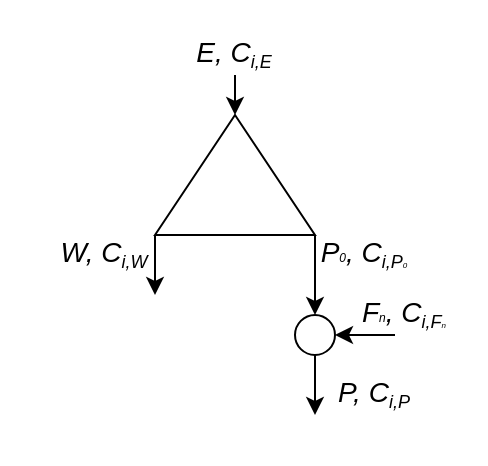
GusevVlad/Russian-Phd-LaTeX-Dissertation-Template keeps this draw.io diagram as cascades/drawio/ord1.drawio. Above is the earlier version. Source tidied: cells renumbered, new cells numbered last; positions are measured from the earlier drawing's top-left corner, leaving out a move shared by most shapes. Both pictures are drawn from the tidied source at 200%, with x=0, y=0 at pixel (54, 34).
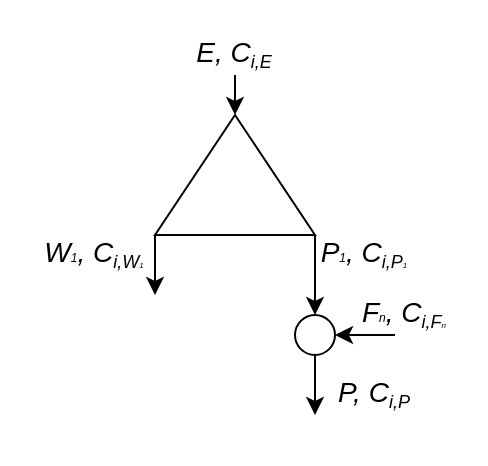
The same diagram, later.

What changed in the source:
```diff
@@
 <mxGraphModel>
   <root>
     <mxCell id="0" />
     <mxCell id="1" parent="0" />
     <mxCell id="2" style="endArrow=classic;html=1;" parent="1" edge="1">
       <mxGeometry relative="1" as="geometry">
         <mxPoint x="90" y="20" as="sourcePoint" />
         <mxPoint x="90" y="40" as="targetPoint" />
       </mxGeometry>
     </mxCell>
     <mxCell id="3" style="endArrow=classic;html=1;" parent="1" edge="1">
       <mxGeometry relative="1" as="geometry">
         <mxPoint x="50" y="100" as="sourcePoint" />
         <mxPoint x="50" y="130" as="targetPoint" />
       </mxGeometry>
     </mxCell>
     <mxCell id="4" style="triangle;whiteSpace=wrap;html=1;rotation=-90;" parent="1" vertex="1">
       <mxGeometry x="60" y="30" width="60" height="80" as="geometry" />
     </mxCell>
     <mxCell id="5" style="endArrow=classic;html=1;entryX=0.5;entryY=0;entryDx=0;entryDy=0;" parent="1" edge="1" target="8">
       <mxGeometry relative="1" as="geometry">
         <mxPoint x="130" y="100" as="sourcePoint" />
       </mxGeometry>
     </mxCell>
     <mxCell id="6" value="&lt;font&gt;&lt;i&gt;&lt;span style=&quot;font-size: 14px&quot;&gt;E, C&lt;/span&gt;&lt;sub&gt;&lt;font style=&quot;font-size: 9px&quot;&gt;i,E&lt;/font&gt;&lt;/sub&gt;&lt;/i&gt;&lt;/font&gt;" style="text;html=1;strokeColor=none;fillColor=none;align=center;verticalAlign=middle;whiteSpace=wrap;rounded=0;" parent="1" vertex="1">
       <mxGeometry x="65" width="50" height="20" as="geometry" />
     </mxCell>
     <mxCell id="7" style="text;html=1;strokeColor=none;fillColor=none;align=center;verticalAlign=middle;whiteSpace=wrap;rounded=0;" parent="1" vertex="1">
       <mxGeometry x="10" y="110" width="40" height="20" as="geometry" />
     </mxCell>
     <mxCell id="8" style="ellipse;whiteSpace=wrap;html=1;" parent="1" vertex="1">
       <mxGeometry x="120" y="140" width="20" height="20" as="geometry" />
     </mxCell>
     <mxCell id="9" style="endArrow=classic;html=1;entryX=1;entryY=0.5;entryDx=0;entryDy=0;" parent="1" edge="1" target="8">
       <mxGeometry relative="1" as="geometry">
         <mxPoint x="170" y="150" as="sourcePoint" />
       </mxGeometry>
     </mxCell>
     <mxCell id="10" style="endArrow=classic;html=1;entryX=0;entryY=1;entryDx=0;entryDy=0;" parent="1" edge="1">
       <mxGeometry relative="1" as="geometry">
         <mxPoint x="130" y="160" as="sourcePoint" />
         <mxPoint x="130" y="190" as="targetPoint" />
       </mxGeometry>
     </mxCell>
-    <mxCell id="11" value="&lt;i&gt;&lt;span style=&quot;font-size: 14px&quot;&gt;P&lt;/span&gt;&lt;font style=&quot;font-size: 6px&quot;&gt;0&lt;/font&gt;&lt;span style=&quot;font-size: 14px&quot;&gt;, C&lt;/span&gt;&lt;sub&gt;&lt;font style=&quot;font-size: 9px&quot;&gt;i,P&lt;/font&gt;&lt;font size=&quot;1&quot;&gt;&lt;span style=&quot;font-size: 4px&quot;&gt;0&lt;/span&gt;&lt;/font&gt;&lt;/sub&gt;&lt;/i&gt;" style="text;html=1;strokeColor=none;fillColor=none;align=center;verticalAlign=middle;whiteSpace=wrap;rounded=0;" parent="1" vertex="1">
+    <mxCell id="11" value="&lt;i&gt;&lt;span style=&quot;font-size: 14px&quot;&gt;P&lt;/span&gt;&lt;font style=&quot;font-size: 6px&quot;&gt;1&lt;/font&gt;&lt;span style=&quot;font-size: 14px&quot;&gt;, C&lt;/span&gt;&lt;sub&gt;&lt;font style=&quot;font-size: 9px&quot;&gt;i,P&lt;/font&gt;&lt;font size=&quot;1&quot;&gt;&lt;span style=&quot;font-size: 4px&quot;&gt;1&lt;/span&gt;&lt;/font&gt;&lt;/sub&gt;&lt;/i&gt;" style="text;html=1;strokeColor=none;fillColor=none;align=center;verticalAlign=middle;whiteSpace=wrap;rounded=0;" parent="1" vertex="1">
       <mxGeometry x="125" y="100" width="60" height="20" as="geometry" />
     </mxCell>
-    <mxCell id="12" value="&lt;font&gt;&lt;i&gt;&lt;span style=&quot;font-size: 14px&quot;&gt;W, C&lt;/span&gt;&lt;sub&gt;&lt;font style=&quot;font-size: 9px&quot;&gt;i,W&lt;/font&gt;&lt;/sub&gt;&lt;/i&gt;&lt;/font&gt;" style="text;html=1;strokeColor=none;fillColor=none;align=center;verticalAlign=middle;whiteSpace=wrap;rounded=0;" parent="1" vertex="1">
-      <mxGeometry y="100" width="50" height="20" as="geometry" />
+    <mxCell id="12" value="&lt;font&gt;&lt;i&gt;&lt;span style=&quot;font-size: 14px&quot;&gt;W&lt;/span&gt;&lt;/i&gt;&lt;i&gt;&lt;font style=&quot;font-size: 6px;&quot;&gt;1&lt;/font&gt;&lt;/i&gt;&lt;i&gt;&lt;span style=&quot;font-size: 14px&quot;&gt;, C&lt;/span&gt;&lt;sub&gt;&lt;font style=&quot;font-size: 9px&quot;&gt;i,W&lt;/font&gt;&lt;/sub&gt;&lt;/i&gt;&lt;/font&gt;&lt;i&gt;&lt;sub&gt;&lt;font size=&quot;1&quot;&gt;&lt;span style=&quot;font-size: 4px;&quot;&gt;1&lt;/span&gt;&lt;/font&gt;&lt;/sub&gt;&lt;/i&gt;" style="text;html=1;strokeColor=none;fillColor=none;align=center;verticalAlign=middle;whiteSpace=wrap;rounded=0;" parent="1" vertex="1">
+      <mxGeometry x="-10" y="100" width="60" height="20" as="geometry" />
     </mxCell>
     <mxCell id="13" value="&lt;font&gt;&lt;i&gt;&lt;span style=&quot;font-size: 14px&quot;&gt;P, C&lt;/span&gt;&lt;sub&gt;&lt;font style=&quot;font-size: 9px&quot;&gt;i,P&lt;/font&gt;&lt;/sub&gt;&lt;/i&gt;&lt;/font&gt;" style="text;html=1;strokeColor=none;fillColor=none;align=center;verticalAlign=middle;whiteSpace=wrap;rounded=0;" parent="1" vertex="1">
       <mxGeometry x="135" y="170" width="50" height="20" as="geometry" />
     </mxCell>
     <mxCell id="14" value="&lt;i&gt;&lt;span style=&quot;font-size: 14px&quot;&gt;F&lt;/span&gt;&lt;font style=&quot;font-size: 6px&quot;&gt;n&lt;/font&gt;&lt;span style=&quot;font-size: 14px&quot;&gt;, C&lt;/span&gt;&lt;sub&gt;&lt;font style=&quot;font-size: 9px&quot;&gt;i,F&lt;/font&gt;&lt;font size=&quot;1&quot;&gt;&lt;span style=&quot;font-size: 4px&quot;&gt;n&lt;/span&gt;&lt;/font&gt;&lt;/sub&gt;&lt;/i&gt;" style="text;html=1;strokeColor=none;fillColor=none;align=center;verticalAlign=middle;whiteSpace=wrap;rounded=0;" parent="1" vertex="1">
       <mxGeometry x="150" y="130" width="50" height="20" as="geometry" />
     </mxCell>
   </root>
 </mxGraphModel>
```
